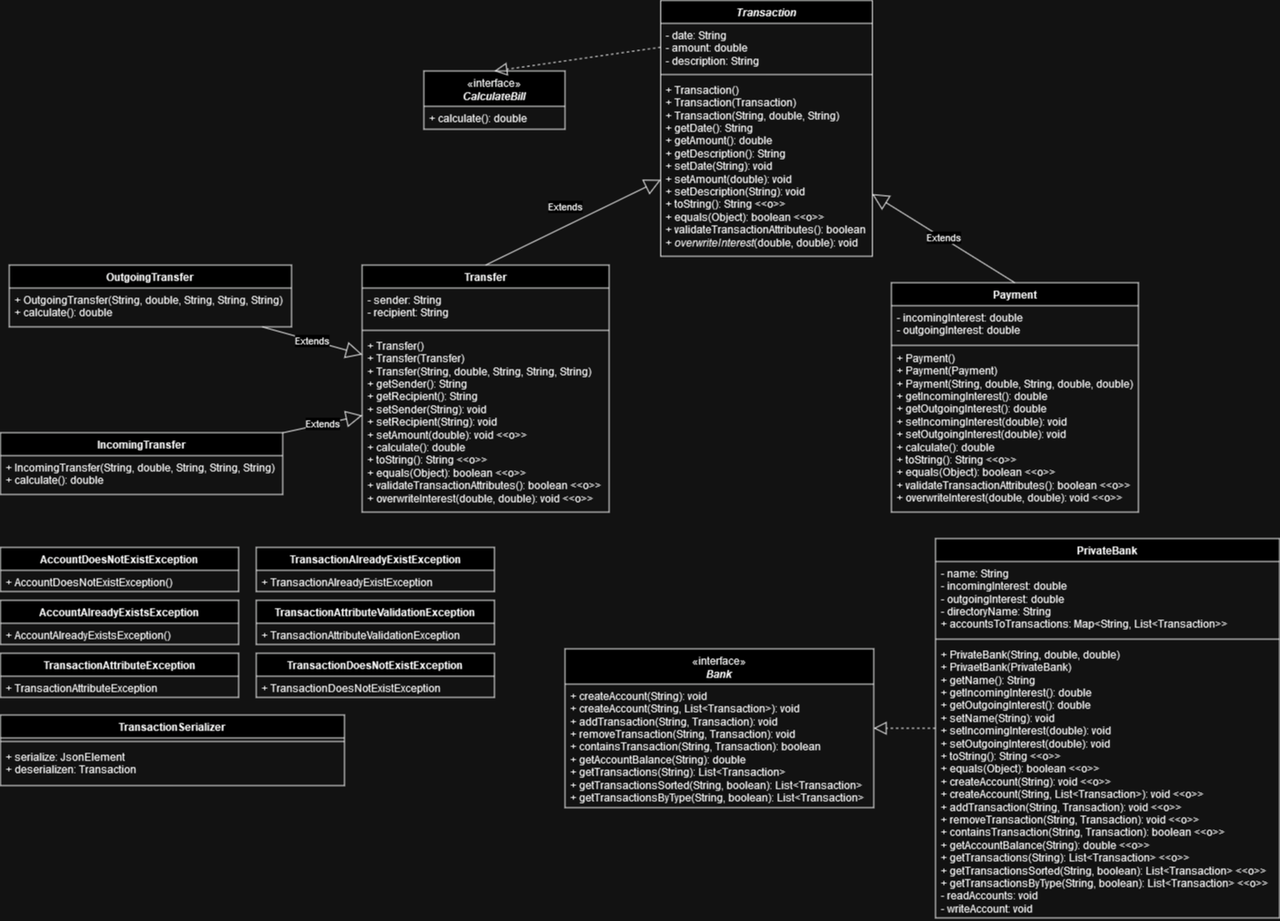
Above: P4/P4_UML.png in Philogex/OOS (draw.io), before the change. Source tidied: cells renumbered, new cells last; positions are measured from the earlier drawing's top-left corner, leaving out a move shared by most shapes.
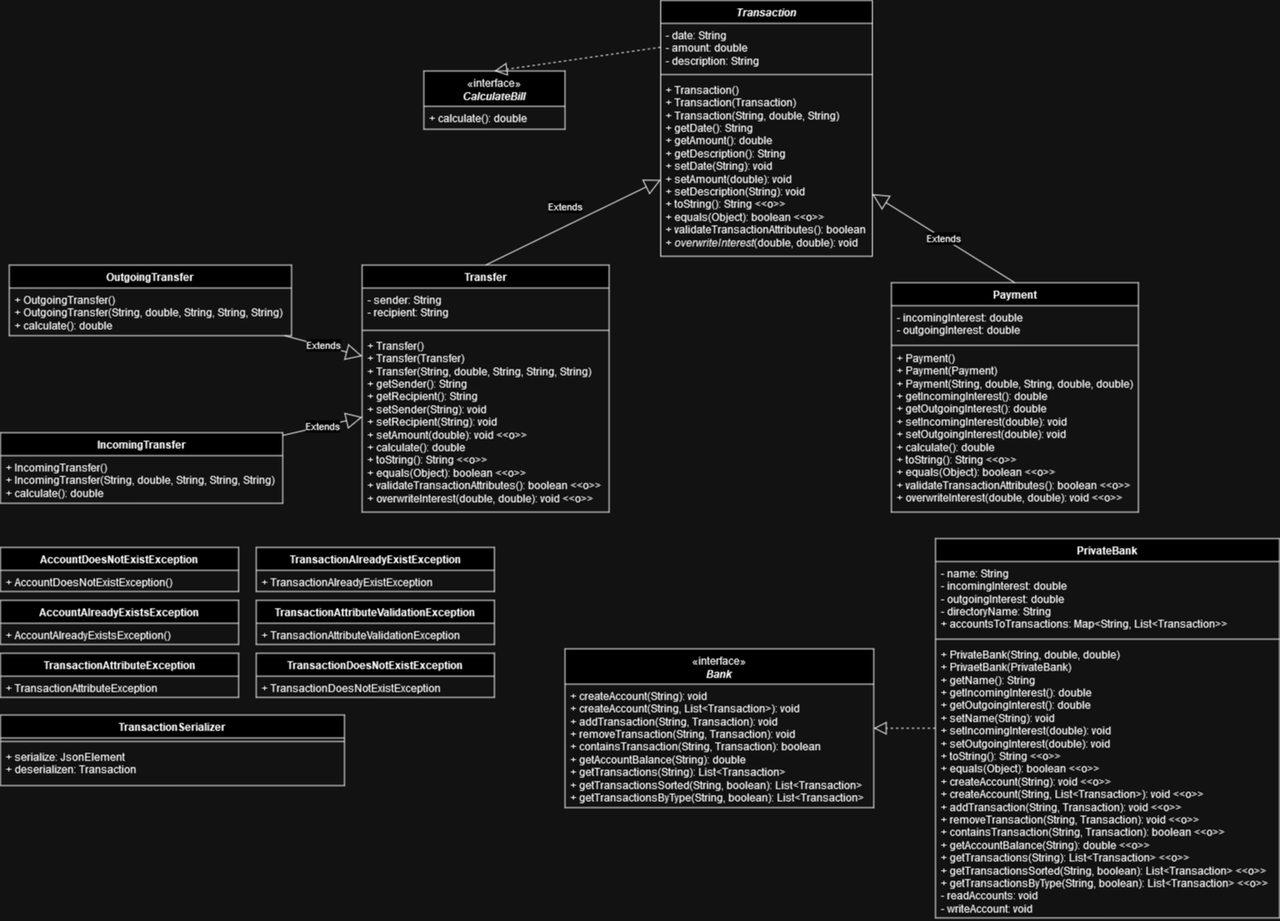
After the change.

Commit message:
added inheritance tree traversal for n=2 superclasses added default constructor outgoing/incomingTransfer update UML diagramm accordingly

Change to the diagram source:
```diff
@@ -96,16 +96,16 @@
       <mxGeometry y="40" width="350" height="140" as="geometry" />
     </mxCell>
     <mxCell id="33" value="IncomingTransfer" style="swimlane;fontStyle=1;align=center;verticalAlign=top;horizontal=1;startSize=26;whiteSpace=wrap;html=1;" parent="1" vertex="1">
-      <mxGeometry y="490" width="320" height="70" as="geometry" />
+      <mxGeometry y="490" width="320" height="80" as="geometry" />
     </mxCell>
-    <mxCell id="34" value="&lt;div&gt;+ IncomingTransfer(String, double, String, String, String)&lt;/div&gt;&lt;div&gt;+ calculate(): double&lt;br&gt;&lt;/div&gt;" style="text;strokeColor=none;fillColor=none;align=left;verticalAlign=top;spacingLeft=4;spacingRight=4;overflow=hidden;whiteSpace=wrap;html=1;" parent="33" vertex="1">
-      <mxGeometry y="26" width="320" height="44" as="geometry" />
+    <mxCell id="34" value="&lt;div&gt;+ IncomingTransfer()&lt;/div&gt;&lt;div&gt;+ IncomingTransfer(String, double, String, String, String)&lt;/div&gt;&lt;div&gt;+ calculate(): double&lt;br&gt;&lt;/div&gt;" style="text;strokeColor=none;fillColor=none;align=left;verticalAlign=top;spacingLeft=4;spacingRight=4;overflow=hidden;whiteSpace=wrap;html=1;" parent="33" vertex="1">
+      <mxGeometry y="26" width="320" height="54" as="geometry" />
     </mxCell>
     <mxCell id="35" value="OutgoingTransfer" style="swimlane;fontStyle=1;align=center;verticalAlign=top;horizontal=1;startSize=26;whiteSpace=wrap;html=1;" parent="1" vertex="1">
-      <mxGeometry x="10" y="300" width="320" height="70" as="geometry" />
+      <mxGeometry x="10" y="300" width="320" height="80" as="geometry" />
     </mxCell>
-    <mxCell id="36" value="&lt;div&gt;+ OutgoingTransfer(String, double, String, String, String)&lt;/div&gt;&lt;div&gt;+ calculate(): double&lt;br&gt;&lt;/div&gt;" style="text;strokeColor=none;fillColor=none;align=left;verticalAlign=top;spacingLeft=4;spacingRight=4;overflow=hidden;whiteSpace=wrap;html=1;" parent="35" vertex="1">
-      <mxGeometry y="26" width="320" height="44" as="geometry" />
+    <mxCell id="36" value="&lt;div&gt;+ OutgoingTransfer()&lt;/div&gt;&lt;div&gt;+ OutgoingTransfer(String, double, String, String, String)&lt;/div&gt;&lt;div&gt;+ calculate(): double&lt;br&gt;&lt;/div&gt;" style="text;strokeColor=none;fillColor=none;align=left;verticalAlign=top;spacingLeft=4;spacingRight=4;overflow=hidden;whiteSpace=wrap;html=1;" parent="35" vertex="1">
+      <mxGeometry y="26" width="320" height="54" as="geometry" />
     </mxCell>
     <mxCell id="37" value="Extends" style="endArrow=block;endSize=16;endFill=0;html=1;rounded=0;" parent="1" edge="1" source="33" target="2">
       <mxGeometry relative="1" as="geometry" />
```
